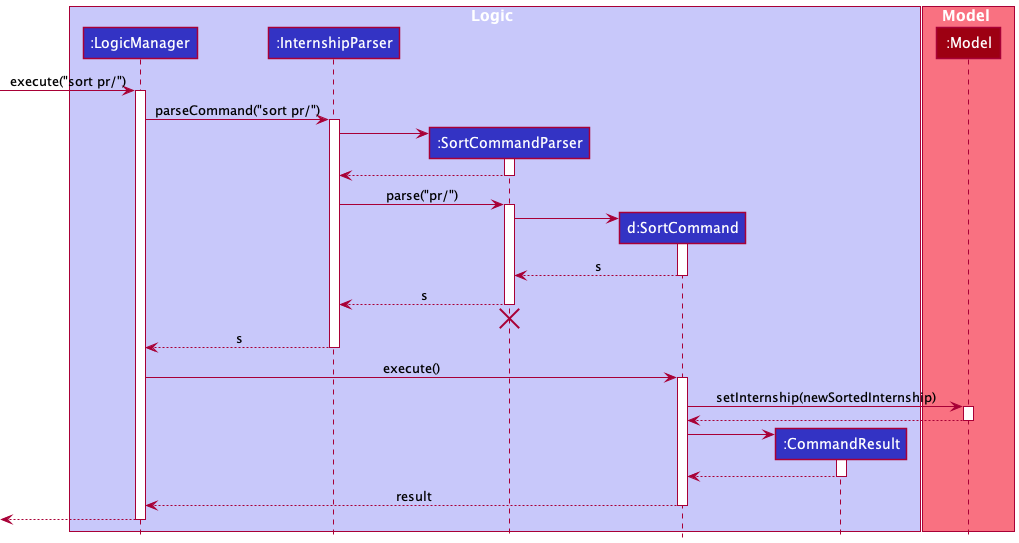
This is docs/images/umldiagrams/SortSequenceDiagram.png from tianyue58/tp, a PlantUML export, as it was before one commit.
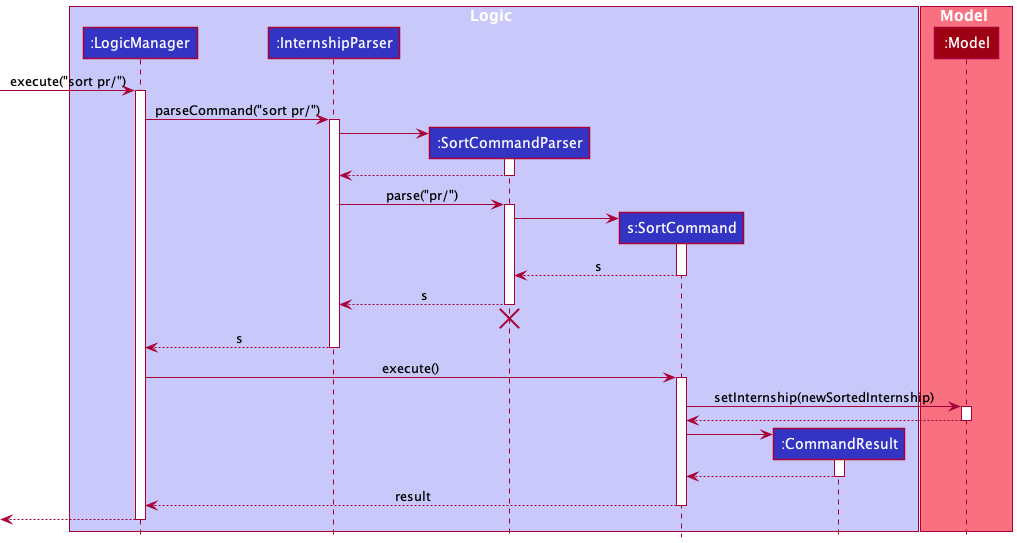
After the commit.

What changed in the source:
```diff
@@ -5,7 +5,7 @@
 participant ":LogicManager" as LogicManager LOGIC_COLOR
 participant ":InternshipParser" as InternshipParser LOGIC_COLOR
 participant ":SortCommandParser" as SortCommandParser LOGIC_COLOR
-participant "d:SortCommand" as SortCommand LOGIC_COLOR
+participant "s:SortCommand" as SortCommand LOGIC_COLOR
 participant ":CommandResult" as CommandResult LOGIC_COLOR
 end box
 
```
